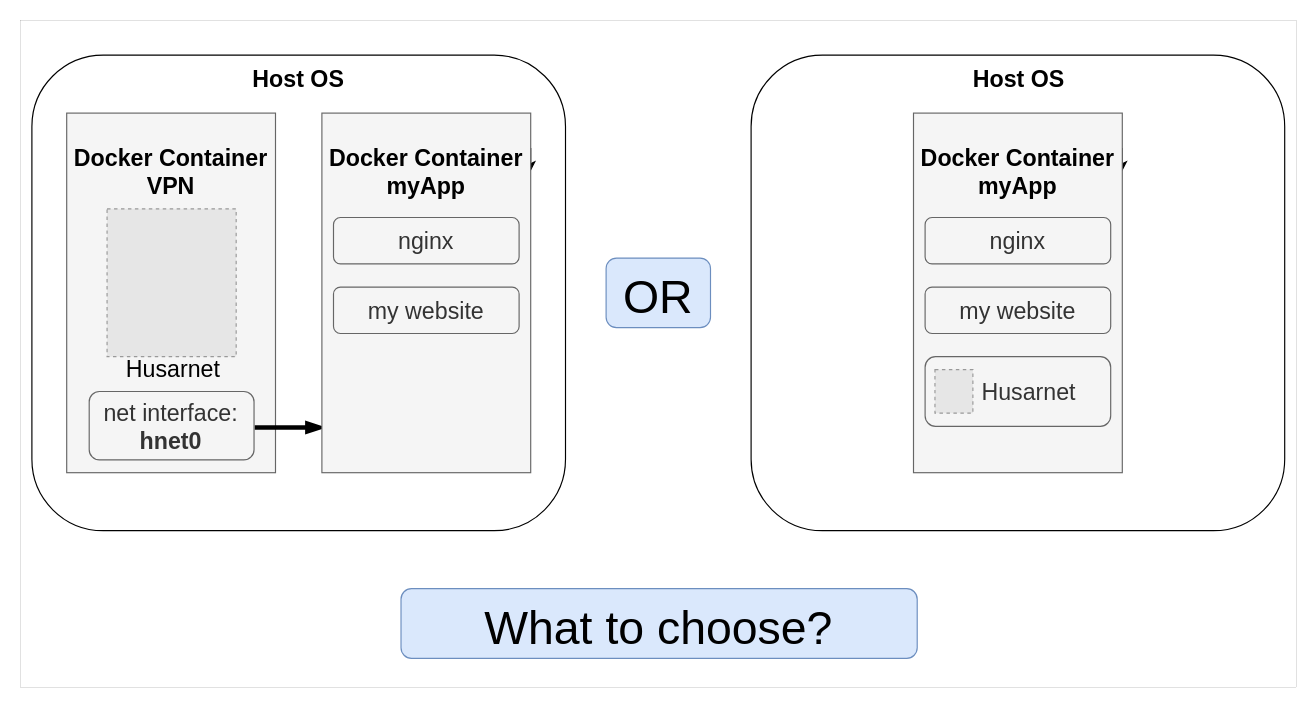
Above: docs/cover-image.drawio in DominikN/nginx-reverse-proxy-docker (draw.io), before the change. Source tidied: cells renumbered, new cells numbered last; positions are measured from the earlier drawing's top-left corner, leaving out a move shared by most shapes. Both pictures are drawn from the tidied source at 116%, with x=0, y=0 at pixel (20, 20). Pictures stored in the file or linked from it are replaced by grey dashed boxes.
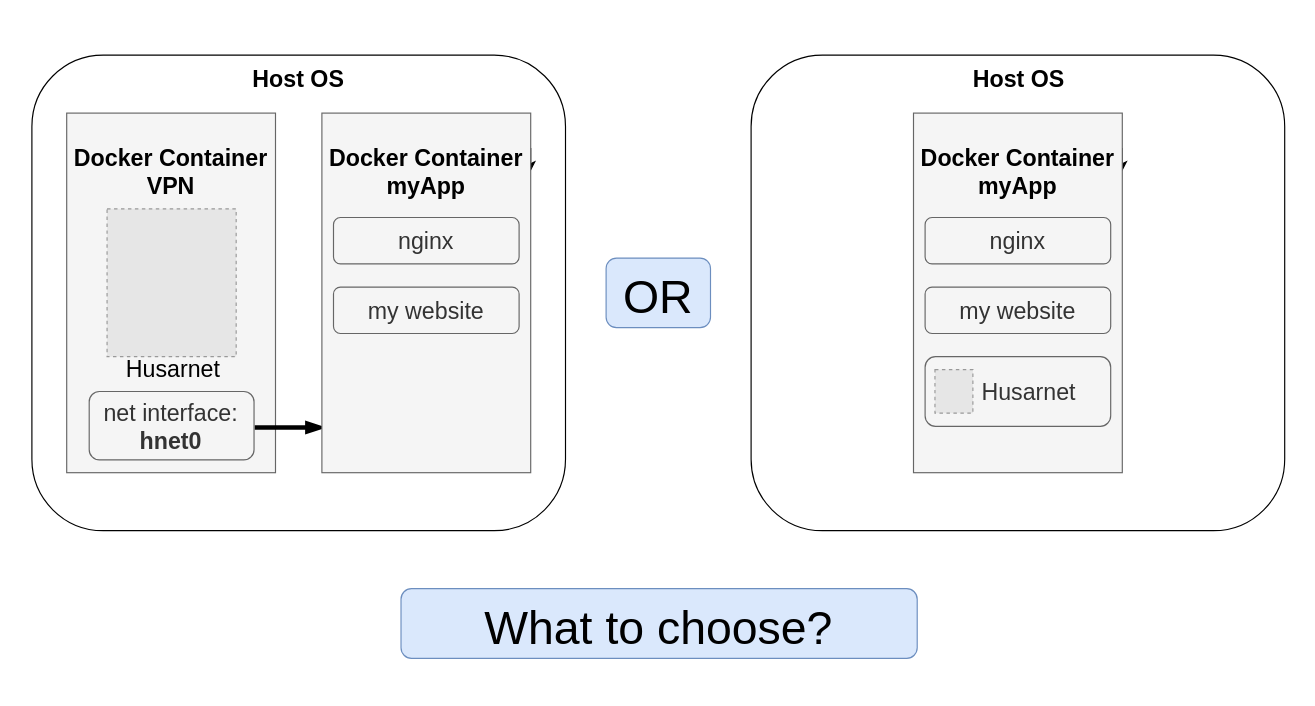
After the change.

Diff of the diagram source:
```diff
@@
-    <mxCell id="2" style="rounded=0;whiteSpace=wrap;html=1;strokeWidth=0;fillColor=none;" parent="1" vertex="1">
+    <mxCell id="2" style="rounded=0;whiteSpace=wrap;html=1;strokeWidth=0;fillColor=none;strokeColor=none;" parent="1" vertex="1">
       <mxGeometry width="1100" height="574.8" as="geometry" />
     </mxCell>
```
